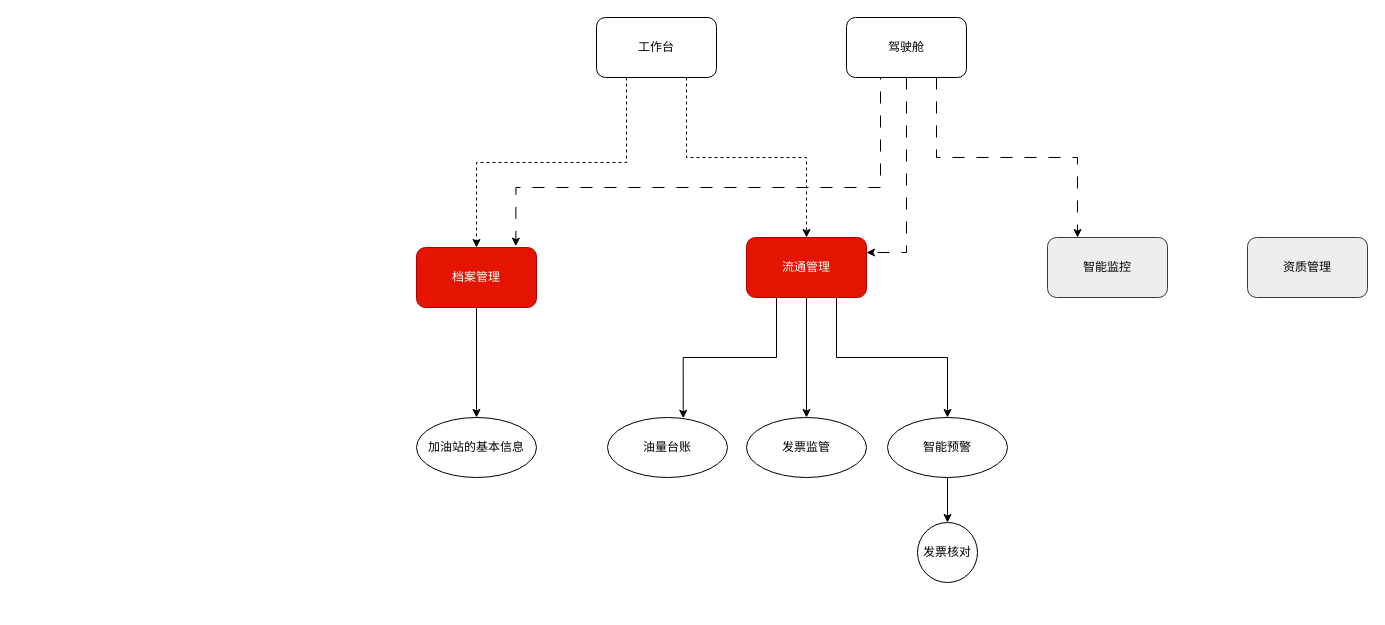
Earlier version of the draw.io diagram yzs/未命名绘图.drawio (yanglei1992/documents). Source tidied: cells renumbered, new cells numbered last; positions are measured from the earlier drawing's top-left corner, leaving out a move shared by most shapes. Both pictures are drawn from the tidied source at 100%, with x=0, y=0 at pixel (416, 17).
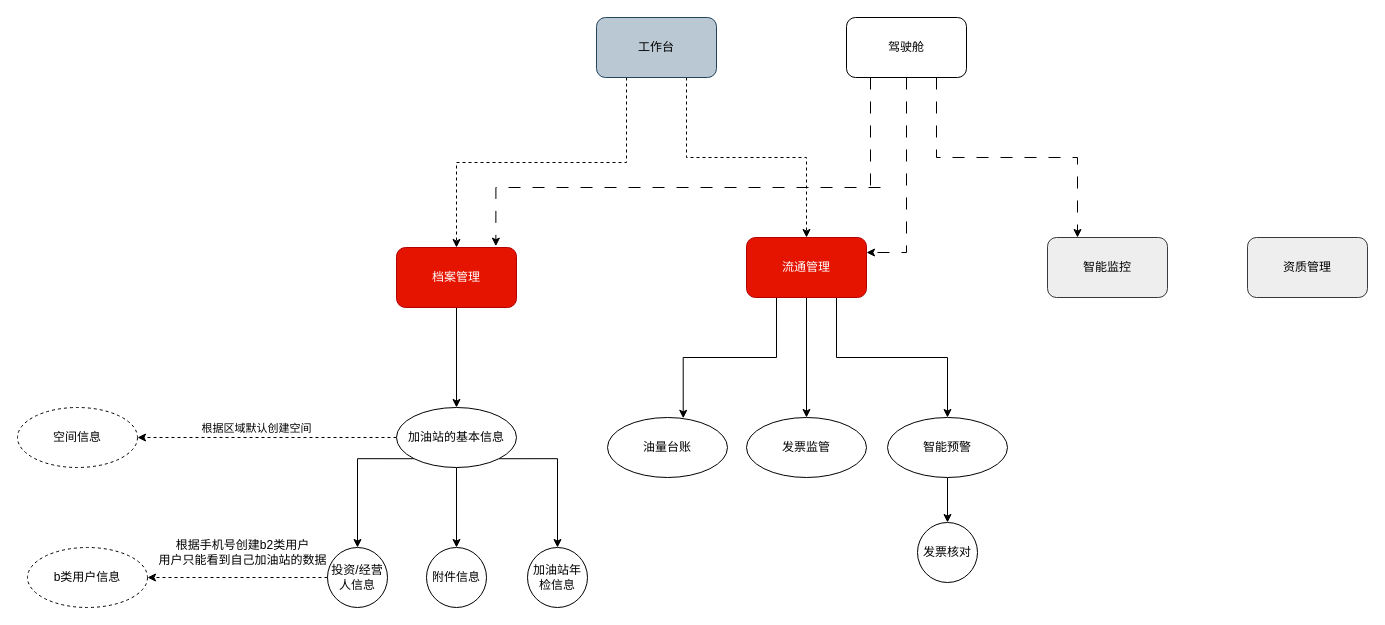
The same diagram, later.

Commit message:
更新未命名绘图.drawio

What changed in the source:
```diff
@@
     <mxCell id="3" value="档案管理" style="rounded=1;whiteSpace=wrap;html=1;fillColor=#e51400;fontColor=#ffffff;strokeColor=#B20000;" parent="1" vertex="1">
-      <mxGeometry y="230" width="120" height="60" as="geometry" />
+      <mxGeometry x="-20" y="230" width="120" height="60" as="geometry" />
     </mxCell>
@@
-    <mxCell id="16" value="工作台" style="rounded=1;whiteSpace=wrap;html=1;" parent="1" vertex="1">
+    <mxCell id="16" value="工作台" style="rounded=1;whiteSpace=wrap;html=1;fillColor=#bac8d3;strokeColor=#23445d;" parent="1" vertex="1">
       <mxGeometry x="180" width="120" height="60" as="geometry" />
     </mxCell>
@@
+    <mxCell id="23" style="edgeStyle=orthogonalEdgeStyle;rounded=0;jettySize=auto;html=1;exitX=0;exitY=1;exitDx=0;exitDy=0;entryX=0.5;entryY=0;entryDx=0;entryDy=0;" parent="1" edge="1" source="21" target="29">
+      <mxGeometry relative="1" as="geometry" />
+    </mxCell>
+    <mxCell id="24" style="edgeStyle=orthogonalEdgeStyle;rounded=0;jettySize=auto;html=1;exitX=0.5;exitY=1;exitDx=0;exitDy=0;" parent="1" edge="1" source="21" target="30">
+      <mxGeometry relative="1" as="geometry" />
+    </mxCell>
+    <mxCell id="25" style="edgeStyle=orthogonalEdgeStyle;rounded=0;jettySize=auto;html=1;exitX=1;exitY=1;exitDx=0;exitDy=0;entryX=0.5;entryY=0;entryDx=0;entryDy=0;" parent="1" edge="1" source="21" target="31">
+      <mxGeometry relative="1" as="geometry" />
+    </mxCell>
+    <mxCell id="26" style="edgeStyle=orthogonalEdgeStyle;rounded=0;jettySize=auto;html=1;exitX=0;exitY=0.5;exitDx=0;exitDy=0;entryX=1;entryY=0.5;entryDx=0;entryDy=0;dashed=1;" parent="1" edge="1" source="21" target="32">
+      <mxGeometry relative="1" as="geometry" />
+    </mxCell>
+    <mxCell id="27" value="根据区域默认创建空间" style="edgeLabel;html=1;align=center;verticalAlign=middle;" parent="26" vertex="1">
+      <mxGeometry x="0.19" y="3" relative="1" as="geometry">
+        <mxPoint x="13" y="-13" as="offset" />
+      </mxGeometry>
+    </mxCell>
     <mxCell id="21" value="加油站的基本信息" style="ellipse;whiteSpace=wrap;html=1;" parent="1" vertex="1">
-      <mxGeometry y="400" width="120" height="60" as="geometry" />
+      <mxGeometry x="-20" y="390" width="120" height="60" as="geometry" />
     </mxCell>
@@
+    <mxCell id="28" style="edgeStyle=orthogonalEdgeStyle;rounded=0;jettySize=auto;html=1;exitX=0;exitY=0.5;exitDx=0;exitDy=0;entryX=1;entryY=0.5;entryDx=0;entryDy=0;dashed=1;" parent="1" edge="1" source="29" target="33">
+      <mxGeometry relative="1" as="geometry" />
+    </mxCell>
+    <mxCell id="29" value="投资/经营人信息" style="ellipse;whiteSpace=wrap;html=1;" parent="1" vertex="1">
+      <mxGeometry x="-89" y="530" width="60" height="60" as="geometry" />
+    </mxCell>
+    <mxCell id="30" value="附件信息" style="ellipse;whiteSpace=wrap;html=1;" parent="1" vertex="1">
+      <mxGeometry x="10" y="530" width="60" height="60" as="geometry" />
+    </mxCell>
+    <mxCell id="31" value="加油站年检信息" style="ellipse;whiteSpace=wrap;html=1;" parent="1" vertex="1">
+      <mxGeometry x="111" y="530" width="60" height="60" as="geometry" />
+    </mxCell>
+    <mxCell id="32" value="空间信息" style="ellipse;whiteSpace=wrap;html=1;dashed=1;" parent="1" vertex="1">
+      <mxGeometry x="-399" y="390" width="120" height="60" as="geometry" />
+    </mxCell>
+    <mxCell id="33" value="b类用户信息" style="ellipse;whiteSpace=wrap;html=1;dashed=1;" parent="1" vertex="1">
+      <mxGeometry x="-389" y="530" width="120" height="60" as="geometry" />
+    </mxCell>
+    <mxCell id="34" value="根据手机号创建b2类用户&lt;br&gt;用户只能看到自己加油站的数据" style="text;html=1;align=center;verticalAlign=middle;strokeColor=none;fillColor=none;" parent="1" vertex="1">
+      <mxGeometry x="-269" y="515" width="190" height="40" as="geometry" />
+    </mxCell>
```
